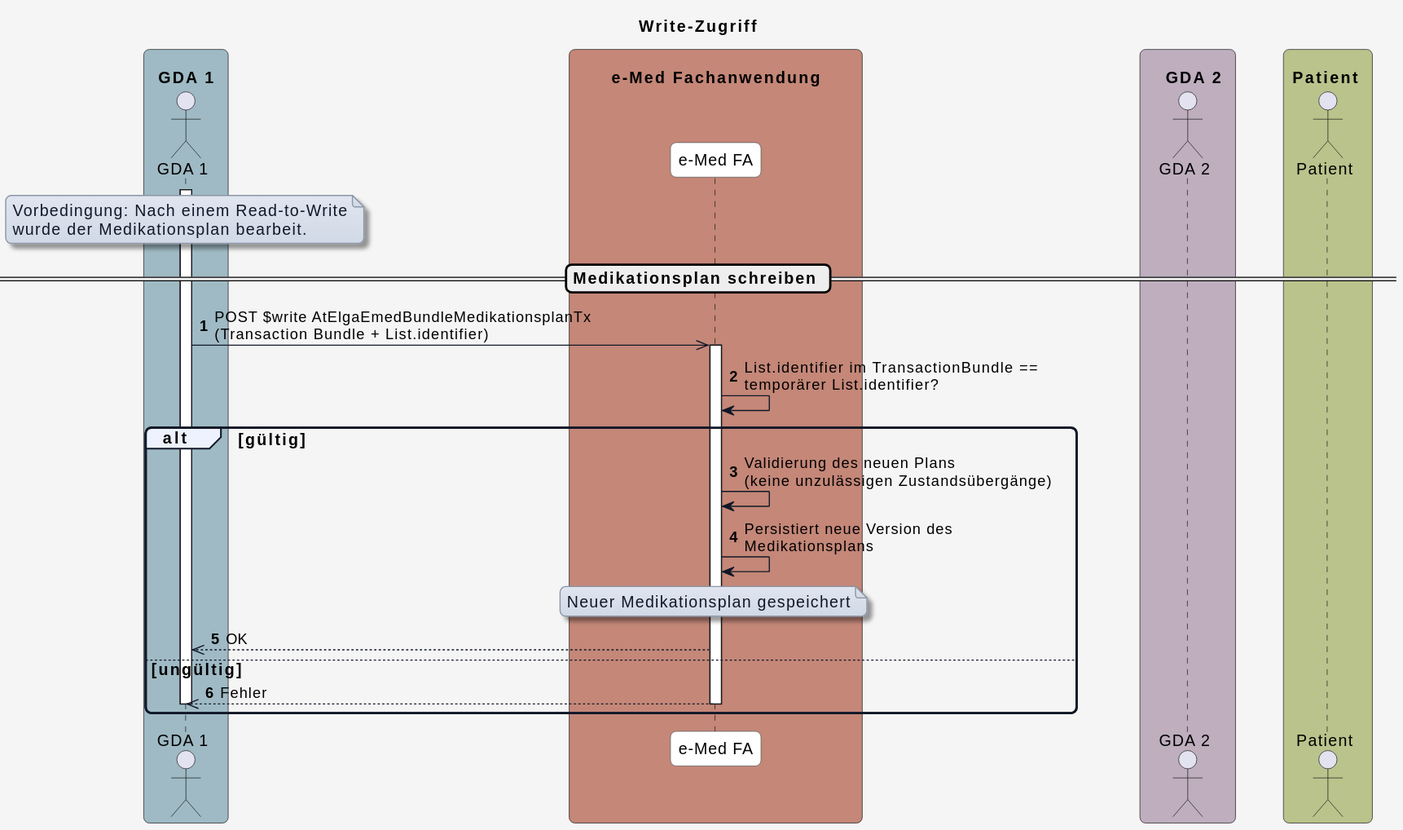
Earlier version of the PlantUML export r4-ELGA-e-Medikation-main/plantuml/diagram_write.svg (HL7Austria/hl7austria.github.io).
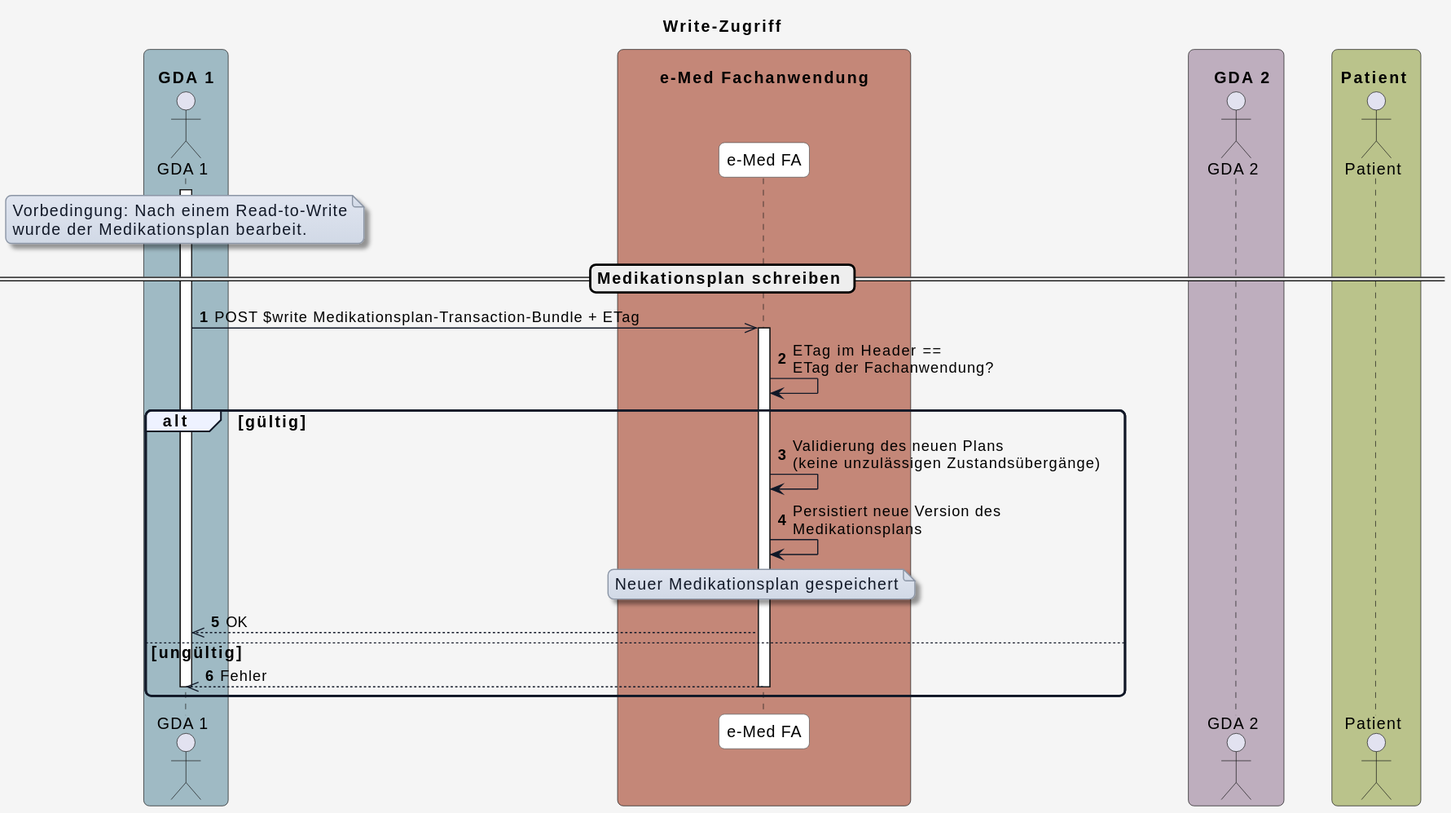
Above is the later version.

The edit, as a diff of the source:
```diff
@@ -67,10 +67,10 @@
 
 == Medikationsplan schreiben ==
 
-GDA_1 ->> eMed_FA: POST $write AtElgaEmedBundleMedikationsplanTx\n(Transaction Bundle + List.identifier)
+GDA_1 ->> eMed_FA: POST $write Medikationsplan-Transaction-Bundle + ETag
 
 activate eMed_FA
-eMed_FA -> eMed_FA: List.identifier im TransactionBundle ==\ntemporärer List.identifier?
+eMed_FA -> eMed_FA: ETag im Header ==\nETag der Fachanwendung?
 
 alt gültig
   eMed_FA -> eMed_FA: Validierung des neuen Plans\n(keine unzulässigen Zustandsübergänge)
```
